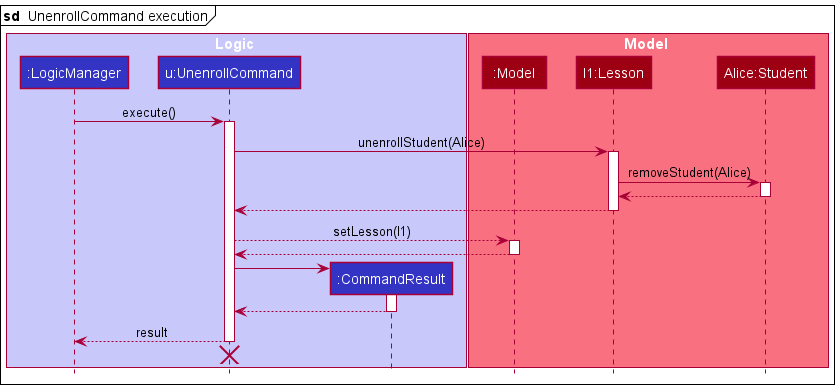
Above: docs/images/DeveloperGuideImage/UnenrollSequenceDiagram1.png in nus-cs2103-AY2122S1/tp (PlantUML), before the change.
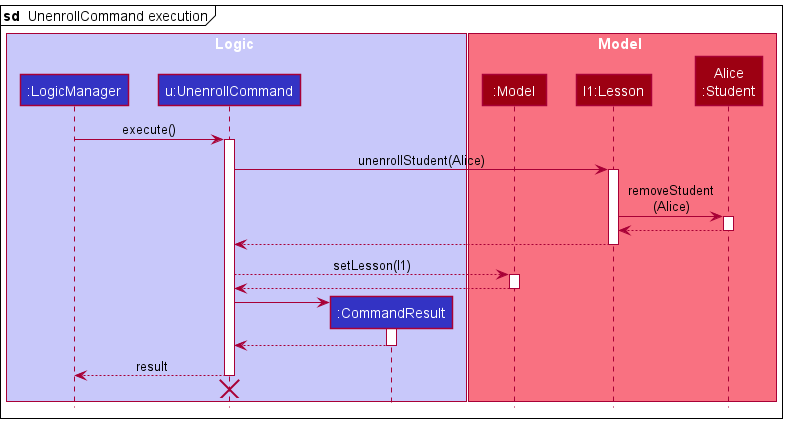
Later version of the same file.

Change to the diagram source:
```diff
@@ -10,7 +10,7 @@
 box Model MODEL_COLOR_T1
 participant ":Model" as Model MODEL_COLOR
 participant "l1:Lesson" as Lesson MODEL_COLOR
-participant "Alice:Student" as Student MODEL_COLOR
+participant "Alice\n:Student" as Student MODEL_COLOR
 end box
 
 mainframe **sd**  UnenrollCommand execution
@@ -21,7 +21,7 @@
 UnenrollCommand -> Lesson : unenrollStudent(Alice)
 activate Lesson
 
-Lesson -> Student : removeStudent(Alice)
+Lesson -> Student : removeStudent\n(Alice)
 activate Student
 
 Student --> Lesson
```
